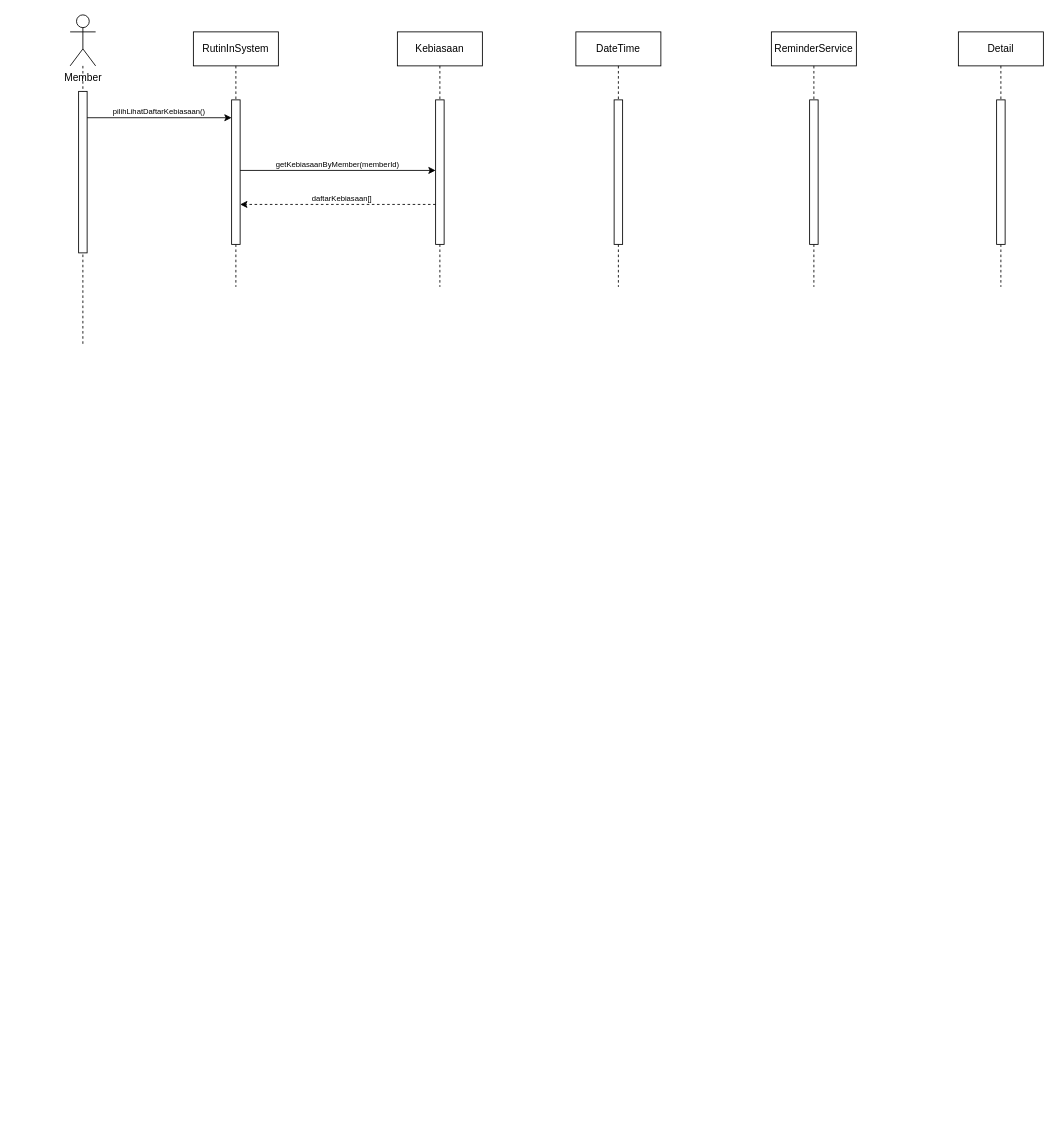
This is Diagram Tanpa Judul.drawio from anthef/anthef, a draw.io file, before an edit. Source tidied: cells renumbered, new cells numbered last; positions are measured from the earlier drawing's top-left corner, leaving out a move shared by most shapes. Both pictures are drawn from the tidied source at 85%, with x=0, y=0 at pixel (70, 14).
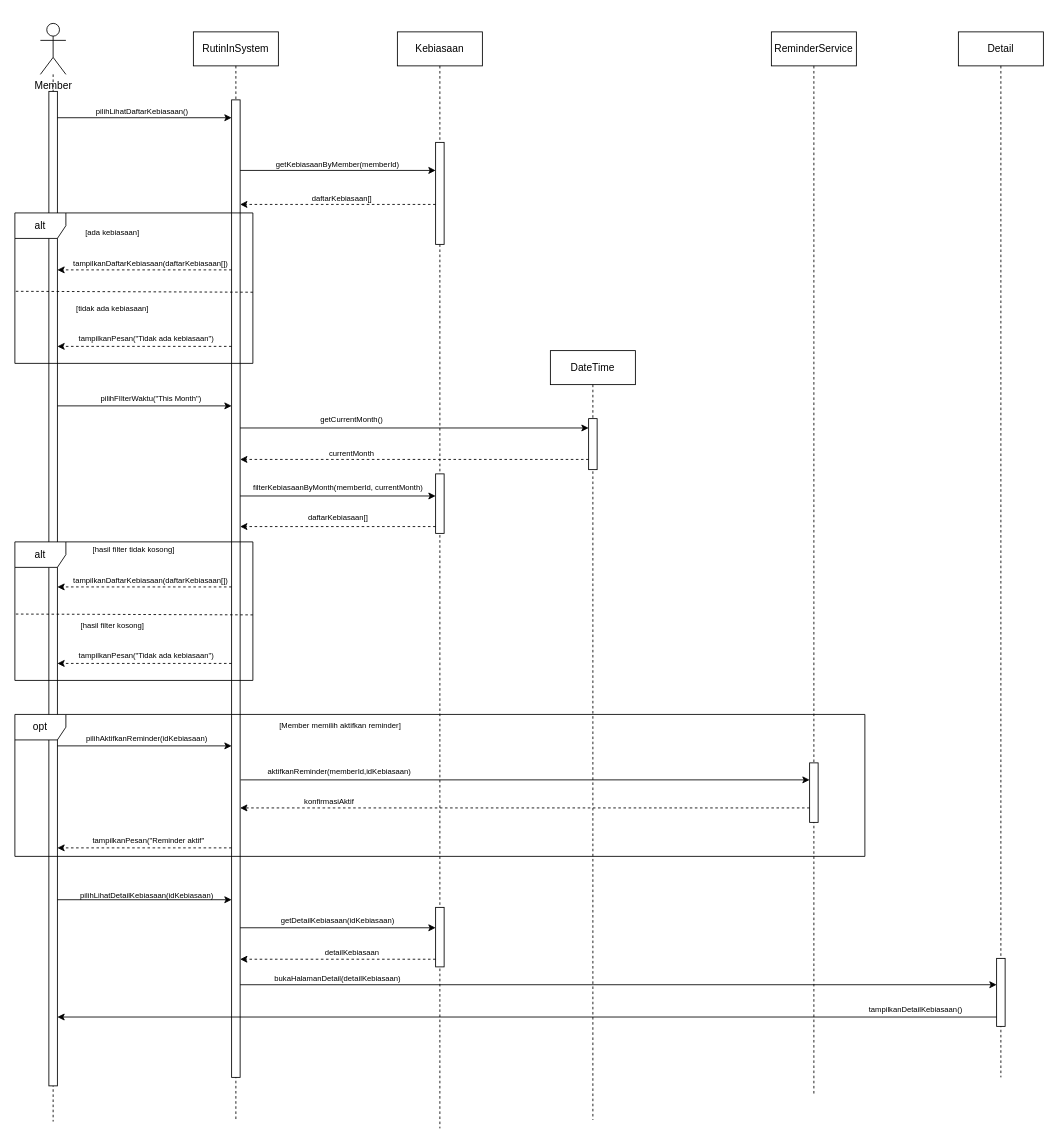
Above is the later version.

What changed in the source:
```diff
@@
     <mxCell id="2" style="edgeStyle=orthogonalEdgeStyle;rounded=0;jettySize=auto;html=1;dashed=1;endArrow=none;endFill=0;" parent="1" edge="1" source="6">
       <mxGeometry relative="1" as="geometry">
-        <mxPoint x="15" y="390" as="targetPoint" />
+        <mxPoint x="-20" y="1302" as="targetPoint" />
       </mxGeometry>
     </mxCell>
     <mxCell id="3" value="RutinInSystem" style="shape=umlLifeline;perimeter=lifelinePerimeter;whiteSpace=wrap;html=1;newEdgeStyle={&quot;edgeStyle&quot;:&quot;elbowEdgeStyle&quot;,&quot;elbow&quot;:&quot;vertical&quot;,&quot;curved&quot;:0,&quot;rounded&quot;:0};" parent="1" vertex="1">
-      <mxGeometry x="145" y="20" width="100" height="300" as="geometry" />
+      <mxGeometry x="145" y="20" width="100" height="1280" as="geometry" />
     </mxCell>
     <mxCell id="4" style="html=1;perimeter=orthogonalPerimeter;targetShapes=umlLifeline;newEdgeStyle={&quot;edgeStyle&quot;:&quot;elbowEdgeStyle&quot;,&quot;elbow&quot;:&quot;vertical&quot;,&quot;curved&quot;:0,&quot;rounded&quot;:0};" parent="3" vertex="1">
-      <mxGeometry x="45" y="80" width="10" height="170" as="geometry" />
+      <mxGeometry x="45" y="80" width="10" height="1150" as="geometry" />
     </mxCell>
     <mxCell id="5" style="html=1;points=[];perimeter=orthogonalPerimeter;outlineConnect=0;targetShapes=umlLifeline;portConstraint=eastwest;newEdgeStyle={&quot;edgeStyle&quot;:&quot;elbowEdgeStyle&quot;,&quot;elbow&quot;:&quot;vertical&quot;,&quot;curved&quot;:0,&quot;rounded&quot;:0};" parent="1" vertex="1">
-      <mxGeometry x="10" y="90" width="10" height="190" as="geometry" />
+      <mxGeometry x="-25" y="90" width="10" height="1170" as="geometry" />
     </mxCell>
-    <mxCell id="6" value="Member" style="shape=umlActor;verticalLabelPosition=bottom;verticalAlign=top;html=1;outlineConnect=0;" parent="1" vertex="1">
-      <mxGeometry width="30" height="60" as="geometry" />
-    </mxCell>
     <mxCell id="7" value="Kebiasaan" style="shape=umlLifeline;perimeter=lifelinePerimeter;whiteSpace=wrap;html=1;newEdgeStyle={&quot;edgeStyle&quot;:&quot;elbowEdgeStyle&quot;,&quot;elbow&quot;:&quot;vertical&quot;,&quot;curved&quot;:0,&quot;rounded&quot;:0};" parent="1" vertex="1">
-      <mxGeometry x="385" y="20" width="100" height="300" as="geometry" />
+      <mxGeometry x="385" y="20" width="100" height="1290" as="geometry" />
     </mxCell>
     <mxCell id="8" style="html=1;perimeter=orthogonalPerimeter;targetShapes=umlLifeline;newEdgeStyle={&quot;edgeStyle&quot;:&quot;elbowEdgeStyle&quot;,&quot;elbow&quot;:&quot;vertical&quot;,&quot;curved&quot;:0,&quot;rounded&quot;:0};" parent="7" vertex="1">
-      <mxGeometry x="45" y="80" width="10" height="170" as="geometry" />
+      <mxGeometry x="45" y="130" width="10" height="120" as="geometry" />
     </mxCell>
+    <mxCell id="21" style="html=1;perimeter=orthogonalPerimeter;targetShapes=umlLifeline;newEdgeStyle={&quot;edgeStyle&quot;:&quot;elbowEdgeStyle&quot;,&quot;elbow&quot;:&quot;vertical&quot;,&quot;curved&quot;:0,&quot;rounded&quot;:0};" parent="7" vertex="1">
+      <mxGeometry x="45" y="520" width="10" height="70" as="geometry" />
+    </mxCell>
+    <mxCell id="22" style="html=1;perimeter=orthogonalPerimeter;targetShapes=umlLifeline;newEdgeStyle={&quot;edgeStyle&quot;:&quot;elbowEdgeStyle&quot;,&quot;elbow&quot;:&quot;vertical&quot;,&quot;curved&quot;:0,&quot;rounded&quot;:0};" parent="7" vertex="1">
+      <mxGeometry x="45" y="1030" width="10" height="70" as="geometry" />
+    </mxCell>
     <mxCell id="9" value="DateTime" style="shape=umlLifeline;perimeter=lifelinePerimeter;whiteSpace=wrap;html=1;newEdgeStyle={&quot;edgeStyle&quot;:&quot;elbowEdgeStyle&quot;,&quot;elbow&quot;:&quot;vertical&quot;,&quot;curved&quot;:0,&quot;rounded&quot;:0};" parent="1" vertex="1">
-      <mxGeometry x="595" y="20" width="100" height="300" as="geometry" />
+      <mxGeometry x="565" y="395" width="100" height="905" as="geometry" />
     </mxCell>
     <mxCell id="10" style="html=1;perimeter=orthogonalPerimeter;targetShapes=umlLifeline;newEdgeStyle={&quot;edgeStyle&quot;:&quot;elbowEdgeStyle&quot;,&quot;elbow&quot;:&quot;vertical&quot;,&quot;curved&quot;:0,&quot;rounded&quot;:0};" parent="9" vertex="1">
-      <mxGeometry x="45" y="80" width="10" height="170" as="geometry" />
+      <mxGeometry x="45" y="80" width="10" height="60" as="geometry" />
     </mxCell>
     <mxCell id="11" value="ReminderService" style="shape=umlLifeline;perimeter=lifelinePerimeter;whiteSpace=wrap;html=1;newEdgeStyle={&quot;edgeStyle&quot;:&quot;elbowEdgeStyle&quot;,&quot;elbow&quot;:&quot;vertical&quot;,&quot;curved&quot;:0,&quot;rounded&quot;:0};" parent="1" vertex="1">
-      <mxGeometry x="825" y="20" width="100" height="300" as="geometry" />
+      <mxGeometry x="825" y="20" width="100" height="1250" as="geometry" />
     </mxCell>
-    <mxCell id="12" style="html=1;perimeter=orthogonalPerimeter;targetShapes=umlLifeline;newEdgeStyle={&quot;edgeStyle&quot;:&quot;elbowEdgeStyle&quot;,&quot;elbow&quot;:&quot;vertical&quot;,&quot;curved&quot;:0,&quot;rounded&quot;:0};" parent="11" vertex="1">
-      <mxGeometry x="45" y="80" width="10" height="170" as="geometry" />
-    </mxCell>
+    <mxCell id="23" style="html=1;points=[];perimeter=orthogonalPerimeter;outlineConnect=0;targetShapes=umlLifeline;portConstraint=eastwest;newEdgeStyle={&quot;edgeStyle&quot;:&quot;elbowEdgeStyle&quot;,&quot;elbow&quot;:&quot;vertical&quot;,&quot;curved&quot;:0,&quot;rounded&quot;:0};" parent="11" vertex="1">
+      <mxGeometry x="45" y="860" width="10" height="70" as="geometry" />
+    </mxCell>
     <mxCell id="13" value="Detail" style="shape=umlLifeline;perimeter=lifelinePerimeter;whiteSpace=wrap;html=1;newEdgeStyle={&quot;edgeStyle&quot;:&quot;elbowEdgeStyle&quot;,&quot;elbow&quot;:&quot;vertical&quot;,&quot;curved&quot;:0,&quot;rounded&quot;:0};" parent="1" vertex="1">
-      <mxGeometry x="1045" y="20" width="100" height="300" as="geometry" />
+      <mxGeometry x="1045" y="20" width="100" height="1230" as="geometry" />
     </mxCell>
-    <mxCell id="14" style="html=1;perimeter=orthogonalPerimeter;targetShapes=umlLifeline;newEdgeStyle={&quot;edgeStyle&quot;:&quot;elbowEdgeStyle&quot;,&quot;elbow&quot;:&quot;vertical&quot;,&quot;curved&quot;:0,&quot;rounded&quot;:0};" parent="13" vertex="1">
-      <mxGeometry x="45" y="80" width="10" height="170" as="geometry" />
-    </mxCell>
+    <mxCell id="24" style="html=1;perimeter=orthogonalPerimeter;targetShapes=umlLifeline;newEdgeStyle={&quot;edgeStyle&quot;:&quot;elbowEdgeStyle&quot;,&quot;elbow&quot;:&quot;vertical&quot;,&quot;curved&quot;:0,&quot;rounded&quot;:0};" parent="13" vertex="1">
+      <mxGeometry x="45" y="1090" width="10" height="80" as="geometry" />
+    </mxCell>
-    <mxCell id="15" style="endArrow=classic;startArrow=none;html=1;rounded=0;startFill=0;" parent="1" edge="1">
+    <mxCell id="15" style="endArrow=classic;startArrow=none;html=1;rounded=0;startFill=0;" parent="1" edge="1" source="5">
       <mxGeometry relative="1" as="geometry">
-        <mxPoint x="20" y="121" as="sourcePoint" />
         <mxPoint x="190" y="121" as="targetPoint" />
       </mxGeometry>
     </mxCell>
     <mxCell id="16" value="&lt;font style=&quot;font-size: 9px;&quot;&gt;pilihLihatDaftarKebiasaan()&lt;/font&gt;" style="text;html=1;whiteSpace=wrap;strokeColor=none;fillColor=none;align=center;verticalAlign=middle;rounded=0;" parent="1" vertex="1">
-      <mxGeometry x="75" y="98" width="60" height="30" as="geometry" />
+      <mxGeometry x="55" y="98" width="60" height="30" as="geometry" />
     </mxCell>
@@
+    <mxCell id="25" style="endArrow=classic;startArrow=none;html=1;rounded=0;startFill=0;dashed=1;" parent="1" edge="1">
+      <mxGeometry relative="1" as="geometry">
+        <mxPoint x="190" y="300" as="sourcePoint" />
+        <mxPoint x="-15" y="300" as="targetPoint" />
+      </mxGeometry>
+    </mxCell>
+    <mxCell id="26" value="&lt;font style=&quot;font-size: 9px;&quot;&gt;tampilkanDaftarKebiasaan(daftarKebiasaan[])&lt;/font&gt;" style="text;html=1;whiteSpace=wrap;strokeColor=none;fillColor=none;align=center;verticalAlign=middle;rounded=0;" parent="1" vertex="1">
+      <mxGeometry y="277" width="190" height="30" as="geometry" />
+    </mxCell>
+    <mxCell id="6" value="Member" style="shape=umlActor;verticalLabelPosition=bottom;verticalAlign=top;html=1;outlineConnect=0;" parent="1" vertex="1">
+      <mxGeometry x="-35" y="10" width="30" height="60" as="geometry" />
+    </mxCell>
+    <mxCell id="27" value="alt" style="shape=umlFrame;whiteSpace=wrap;html=1;" parent="1" vertex="1">
+      <mxGeometry x="-65" y="233" width="280" height="177" as="geometry" />
+    </mxCell>
+    <mxCell id="28" value="&lt;font style=&quot;font-size: 9px;&quot;&gt;[ada kebiasaan]&lt;/font&gt;" style="text;html=1;whiteSpace=wrap;strokeColor=none;fillColor=none;align=center;verticalAlign=middle;rounded=0;" parent="1" vertex="1">
+      <mxGeometry x="5" y="240" width="90" height="30" as="geometry" />
+    </mxCell>
+    <mxCell id="29" style="endArrow=none;html=1;rounded=0;entryX=1;entryY=0.527;entryDx=0;entryDy=0;entryPerimeter=0;dashed=1;exitX=0.004;exitY=0.521;exitDx=0;exitDy=0;exitPerimeter=0;" parent="1" edge="1" source="27" target="27">
+      <mxGeometry relative="1" as="geometry" />
+    </mxCell>
+    <mxCell id="30" value="&lt;font style=&quot;font-size: 9px;&quot;&gt;[tidak ada kebiasaan]&lt;/font&gt;" style="text;html=1;whiteSpace=wrap;strokeColor=none;fillColor=none;align=center;verticalAlign=middle;rounded=0;" parent="1" vertex="1">
+      <mxGeometry x="5" y="330" width="90" height="30" as="geometry" />
+    </mxCell>
+    <mxCell id="31" value="&lt;font style=&quot;font-size: 9px;&quot;&gt;tampilkanPesan(&quot;Tidak ada kebiasaan&quot;)&lt;/font&gt;" style="text;html=1;whiteSpace=wrap;strokeColor=none;fillColor=none;align=center;verticalAlign=middle;rounded=0;" parent="1" vertex="1">
+      <mxGeometry x="-5" y="365" width="190" height="30" as="geometry" />
+    </mxCell>
+    <mxCell id="32" style="endArrow=classic;startArrow=none;html=1;rounded=0;startFill=0;dashed=1;" parent="1" edge="1">
+      <mxGeometry relative="1" as="geometry">
+        <mxPoint x="190" y="390" as="sourcePoint" />
+        <mxPoint x="-15" y="390" as="targetPoint" />
+      </mxGeometry>
+    </mxCell>
+    <mxCell id="33" style="endArrow=classic;startArrow=none;html=1;rounded=0;startFill=0;" parent="1" edge="1">
+      <mxGeometry relative="1" as="geometry">
+        <mxPoint x="-15" y="460" as="sourcePoint" />
+        <mxPoint x="190" y="460" as="targetPoint" />
+      </mxGeometry>
+    </mxCell>
+    <mxCell id="34" value="&lt;font style=&quot;font-size: 9px;&quot;&gt;pilihFIlterWaktu(&quot;This Month&quot;)&lt;/font&gt;" style="text;html=1;whiteSpace=wrap;strokeColor=none;fillColor=none;align=center;verticalAlign=middle;rounded=0;" parent="1" vertex="1">
+      <mxGeometry x="28.5" y="436" width="133" height="30" as="geometry" />
+    </mxCell>
+    <mxCell id="35" style="endArrow=classic;startArrow=none;html=1;rounded=0;startFill=0;" parent="1" edge="1">
+      <mxGeometry relative="1" as="geometry">
+        <mxPoint x="200" y="486" as="sourcePoint" />
+        <mxPoint x="610" y="486" as="targetPoint" />
+      </mxGeometry>
+    </mxCell>
+    <mxCell id="36" value="&lt;font style=&quot;font-size: 9px;&quot;&gt;getCurrentMonth()&lt;/font&gt;" style="text;html=1;whiteSpace=wrap;strokeColor=none;fillColor=none;align=center;verticalAlign=middle;rounded=0;" parent="1" vertex="1">
+      <mxGeometry x="265" y="460" width="133" height="30" as="geometry" />
+    </mxCell>
+    <mxCell id="37" value="&lt;font style=&quot;font-size: 9px;&quot;&gt;currentMonth&lt;/font&gt;" style="text;html=1;whiteSpace=wrap;strokeColor=none;fillColor=none;align=center;verticalAlign=middle;rounded=0;" parent="1" vertex="1">
+      <mxGeometry x="265" y="500" width="133" height="30" as="geometry" />
+    </mxCell>
+    <mxCell id="38" style="endArrow=classic;startArrow=none;html=1;rounded=0;startFill=0;dashed=1;" parent="1" edge="1">
+      <mxGeometry relative="1" as="geometry">
+        <mxPoint x="610" y="523" as="sourcePoint" />
+        <mxPoint x="200" y="523" as="targetPoint" />
+      </mxGeometry>
+    </mxCell>
+    <mxCell id="39" style="endArrow=classic;html=1;rounded=0;" parent="1" edge="1">
+      <mxGeometry relative="1" as="geometry">
+        <mxPoint x="200" y="566" as="sourcePoint" />
+        <mxPoint x="430" y="566" as="targetPoint" />
+      </mxGeometry>
+    </mxCell>
+    <mxCell id="40" value="&lt;font style=&quot;font-size: 9px;&quot;&gt;filterKebiasaanByMonth(memberId, currentMonth)&lt;/font&gt;" style="text;html=1;whiteSpace=wrap;strokeColor=none;fillColor=none;align=center;verticalAlign=middle;rounded=0;" parent="1" vertex="1">
+      <mxGeometry x="203.5" y="540" width="223" height="30" as="geometry" />
+    </mxCell>
+    <mxCell id="41" style="endArrow=classic;html=1;rounded=0;dashed=1;" parent="1" edge="1">
+      <mxGeometry relative="1" as="geometry">
+        <mxPoint x="430" y="602" as="sourcePoint" />
+        <mxPoint x="200" y="602" as="targetPoint" />
+      </mxGeometry>
+    </mxCell>
+    <mxCell id="42" value="&lt;font style=&quot;font-size: 9px;&quot;&gt;daftarKebiasaan[]&lt;/font&gt;" style="text;html=1;whiteSpace=wrap;strokeColor=none;fillColor=none;align=center;verticalAlign=middle;rounded=0;" parent="1" vertex="1">
+      <mxGeometry x="204" y="576" width="223" height="30" as="geometry" />
+    </mxCell>
+    <mxCell id="43" style="endArrow=classic;startArrow=none;html=1;rounded=0;startFill=0;dashed=1;" parent="1" edge="1">
+      <mxGeometry relative="1" as="geometry">
+        <mxPoint x="190" y="673" as="sourcePoint" />
+        <mxPoint x="-15" y="673" as="targetPoint" />
+      </mxGeometry>
+    </mxCell>
+    <mxCell id="44" value="&lt;font style=&quot;font-size: 9px;&quot;&gt;tampilkanDaftarKebiasaan(daftarKebiasaan[])&lt;/font&gt;" style="text;html=1;whiteSpace=wrap;strokeColor=none;fillColor=none;align=center;verticalAlign=middle;rounded=0;" parent="1" vertex="1">
+      <mxGeometry y="650" width="190" height="30" as="geometry" />
+    </mxCell>
+    <mxCell id="45" value="alt" style="shape=umlFrame;whiteSpace=wrap;html=1;" parent="1" vertex="1">
+      <mxGeometry x="-65" y="620" width="280" height="163" as="geometry" />
+    </mxCell>
+    <mxCell id="46" value="&lt;font style=&quot;font-size: 9px;&quot;&gt;[hasil filter tidak kosong]&lt;/font&gt;" style="text;html=1;whiteSpace=wrap;strokeColor=none;fillColor=none;align=center;verticalAlign=middle;rounded=0;" parent="1" vertex="1">
+      <mxGeometry x="15" y="613" width="120" height="30" as="geometry" />
+    </mxCell>
+    <mxCell id="47" style="endArrow=none;html=1;rounded=0;entryX=1;entryY=0.527;entryDx=0;entryDy=0;entryPerimeter=0;dashed=1;exitX=0.004;exitY=0.521;exitDx=0;exitDy=0;exitPerimeter=0;" parent="1" edge="1" source="45" target="45">
+      <mxGeometry relative="1" as="geometry" />
+    </mxCell>
+    <mxCell id="48" value="&lt;font style=&quot;font-size: 9px;&quot;&gt;[hasil filter kosong]&lt;/font&gt;" style="text;html=1;whiteSpace=wrap;strokeColor=none;fillColor=none;align=center;verticalAlign=middle;rounded=0;" parent="1" vertex="1">
+      <mxGeometry x="5" y="703" width="90" height="30" as="geometry" />
+    </mxCell>
+    <mxCell id="49" value="&lt;font style=&quot;font-size: 9px;&quot;&gt;tampilkanPesan(&quot;Tidak ada kebiasaan&quot;)&lt;/font&gt;" style="text;html=1;whiteSpace=wrap;strokeColor=none;fillColor=none;align=center;verticalAlign=middle;rounded=0;" parent="1" vertex="1">
+      <mxGeometry x="-5" y="738" width="190" height="30" as="geometry" />
+    </mxCell>
+    <mxCell id="50" style="endArrow=classic;startArrow=none;html=1;rounded=0;startFill=0;dashed=1;" parent="1" edge="1">
+      <mxGeometry relative="1" as="geometry">
+        <mxPoint x="190" y="763" as="sourcePoint" />
+        <mxPoint x="-15" y="763" as="targetPoint" />
+      </mxGeometry>
+    </mxCell>
+    <mxCell id="51" value="opt" style="shape=umlFrame;whiteSpace=wrap;html=1;" parent="1" vertex="1">
+      <mxGeometry x="-65" y="823" width="1000" height="167" as="geometry" />
+    </mxCell>
+    <mxCell id="52" style="endArrow=classic;startArrow=none;html=1;rounded=0;startFill=0;" parent="1" edge="1">
+      <mxGeometry relative="1" as="geometry">
+        <mxPoint x="-15" y="860" as="sourcePoint" />
+        <mxPoint x="190" y="860" as="targetPoint" />
+      </mxGeometry>
+    </mxCell>
+    <mxCell id="53" value="&lt;font style=&quot;font-size: 9px;&quot;&gt;pilihAktifkanReminder(idKebiasaan)&lt;/font&gt;" style="text;html=1;whiteSpace=wrap;strokeColor=none;fillColor=none;align=center;verticalAlign=middle;rounded=0;" parent="1" vertex="1">
+      <mxGeometry x="23.5" y="836" width="133" height="30" as="geometry" />
+    </mxCell>
+    <mxCell id="54" style="endArrow=classic;html=1;rounded=0;" parent="1" edge="1" target="23">
+      <mxGeometry relative="1" as="geometry">
+        <mxPoint x="200.5" y="900" as="sourcePoint" />
+      </mxGeometry>
+    </mxCell>
+    <mxCell id="55" value="&lt;font style=&quot;font-size: 9px;&quot;&gt;aktifkanReminder(memberId,idKebiasaan)&lt;/font&gt;" style="text;html=1;whiteSpace=wrap;strokeColor=none;fillColor=none;align=center;verticalAlign=middle;rounded=0;" parent="1" vertex="1">
+      <mxGeometry x="287" y="874" width="60" height="30" as="geometry" />
+    </mxCell>
+    <mxCell id="56" style="endArrow=classic;html=1;rounded=0;dashed=1;" parent="1" edge="1">
+      <mxGeometry relative="1" as="geometry">
+        <mxPoint x="870" y="933" as="sourcePoint" />
+        <mxPoint x="200" y="933" as="targetPoint" />
+      </mxGeometry>
+    </mxCell>
+    <mxCell id="57" value="&lt;font style=&quot;font-size: 9px;&quot;&gt;konfirmasiAktif&lt;/font&gt;" style="text;html=1;whiteSpace=wrap;strokeColor=none;fillColor=none;align=center;verticalAlign=middle;rounded=0;" parent="1" vertex="1">
+      <mxGeometry x="275" y="910" width="60" height="30" as="geometry" />
+    </mxCell>
+    <mxCell id="58" style="endArrow=classic;startArrow=none;html=1;rounded=0;startFill=0;dashed=1;" parent="1" edge="1">
+      <mxGeometry relative="1" as="geometry">
+        <mxPoint x="190" y="980" as="sourcePoint" />
+        <mxPoint x="-15" y="980" as="targetPoint" />
+      </mxGeometry>
+    </mxCell>
+    <mxCell id="59" value="&lt;font style=&quot;font-size: 9px;&quot;&gt;tampilkanPesan(&quot;Reminder aktif&quot;&lt;/font&gt;" style="text;html=1;whiteSpace=wrap;strokeColor=none;fillColor=none;align=center;verticalAlign=middle;rounded=0;" parent="1" vertex="1">
+      <mxGeometry x="18.5" y="956" width="146.5" height="30" as="geometry" />
+    </mxCell>
+    <mxCell id="60" value="&lt;font style=&quot;font-size: 9px;&quot;&gt;[Member memilih aktifkan reminder]&lt;/font&gt;" style="text;html=1;whiteSpace=wrap;strokeColor=none;fillColor=none;align=center;verticalAlign=middle;rounded=0;" parent="1" vertex="1">
+      <mxGeometry x="238" y="820" width="160" height="30" as="geometry" />
+    </mxCell>
+    <mxCell id="61" style="endArrow=classic;startArrow=none;html=1;rounded=0;startFill=0;" parent="1" edge="1">
+      <mxGeometry relative="1" as="geometry">
+        <mxPoint x="-15" y="1041" as="sourcePoint" />
+        <mxPoint x="190" y="1041" as="targetPoint" />
+      </mxGeometry>
+    </mxCell>
+    <mxCell id="62" value="&lt;font style=&quot;font-size: 9px;&quot;&gt;pilihLihatDetailKebiasaan(idKebiasaan)&lt;/font&gt;" style="text;html=1;whiteSpace=wrap;strokeColor=none;fillColor=none;align=center;verticalAlign=middle;rounded=0;" parent="1" vertex="1">
+      <mxGeometry x="23.5" y="1020" width="133" height="30" as="geometry" />
+    </mxCell>
+    <mxCell id="63" style="endArrow=classic;startArrow=none;html=1;rounded=0;startFill=0;" parent="1" edge="1">
+      <mxGeometry relative="1" as="geometry">
+        <mxPoint x="200" y="1074" as="sourcePoint" />
+        <mxPoint x="430" y="1074" as="targetPoint" />
+      </mxGeometry>
+    </mxCell>
+    <mxCell id="64" value="&lt;font style=&quot;font-size: 9px;&quot;&gt;getDetailKebiasaan(idKebiasaan)&lt;/font&gt;" style="text;html=1;whiteSpace=wrap;strokeColor=none;fillColor=none;align=center;verticalAlign=middle;rounded=0;" parent="1" vertex="1">
+      <mxGeometry x="235" y="1050" width="160" height="30" as="geometry" />
+    </mxCell>
+    <mxCell id="65" style="endArrow=classic;startArrow=none;html=1;rounded=0;startFill=0;dashed=1;" parent="1" edge="1">
+      <mxGeometry relative="1" as="geometry">
+        <mxPoint x="430" y="1111" as="sourcePoint" />
+        <mxPoint x="200" y="1111" as="targetPoint" />
+      </mxGeometry>
+    </mxCell>
+    <mxCell id="66" value="&lt;font style=&quot;font-size: 9px;&quot;&gt;detailKebiasaan&lt;/font&gt;" style="text;html=1;whiteSpace=wrap;strokeColor=none;fillColor=none;align=center;verticalAlign=middle;rounded=0;" parent="1" vertex="1">
+      <mxGeometry x="251.5" y="1088" width="160" height="30" as="geometry" />
+    </mxCell>
+    <mxCell id="67" style="endArrow=classic;html=1;rounded=0;" parent="1" edge="1">
+      <mxGeometry relative="1" as="geometry">
+        <mxPoint x="200" y="1141" as="sourcePoint" />
+        <mxPoint x="1090" y="1141" as="targetPoint" />
+      </mxGeometry>
+    </mxCell>
+    <mxCell id="68" value="&lt;font style=&quot;font-size: 9px;&quot;&gt;bukaHalamanDetail(detailKebiasaan)&lt;/font&gt;" style="text;html=1;whiteSpace=wrap;strokeColor=none;fillColor=none;align=center;verticalAlign=middle;rounded=0;" parent="1" vertex="1">
+      <mxGeometry x="235" y="1118" width="160" height="30" as="geometry" />
+    </mxCell>
+    <mxCell id="69" style="endArrow=classic;html=1;rounded=0;" parent="1" edge="1">
+      <mxGeometry relative="1" as="geometry">
+        <mxPoint x="1090" y="1179" as="sourcePoint" />
+        <mxPoint x="-15" y="1179" as="targetPoint" />
+      </mxGeometry>
+    </mxCell>
+    <mxCell id="70" value="&lt;font style=&quot;font-size: 9px;&quot;&gt;tampilkanDetailKebiasaan()&lt;/font&gt;" style="text;html=1;whiteSpace=wrap;strokeColor=none;fillColor=none;align=center;verticalAlign=middle;rounded=0;" parent="1" vertex="1">
+      <mxGeometry x="915" y="1154" width="160" height="30" as="geometry" />
+    </mxCell>
```
